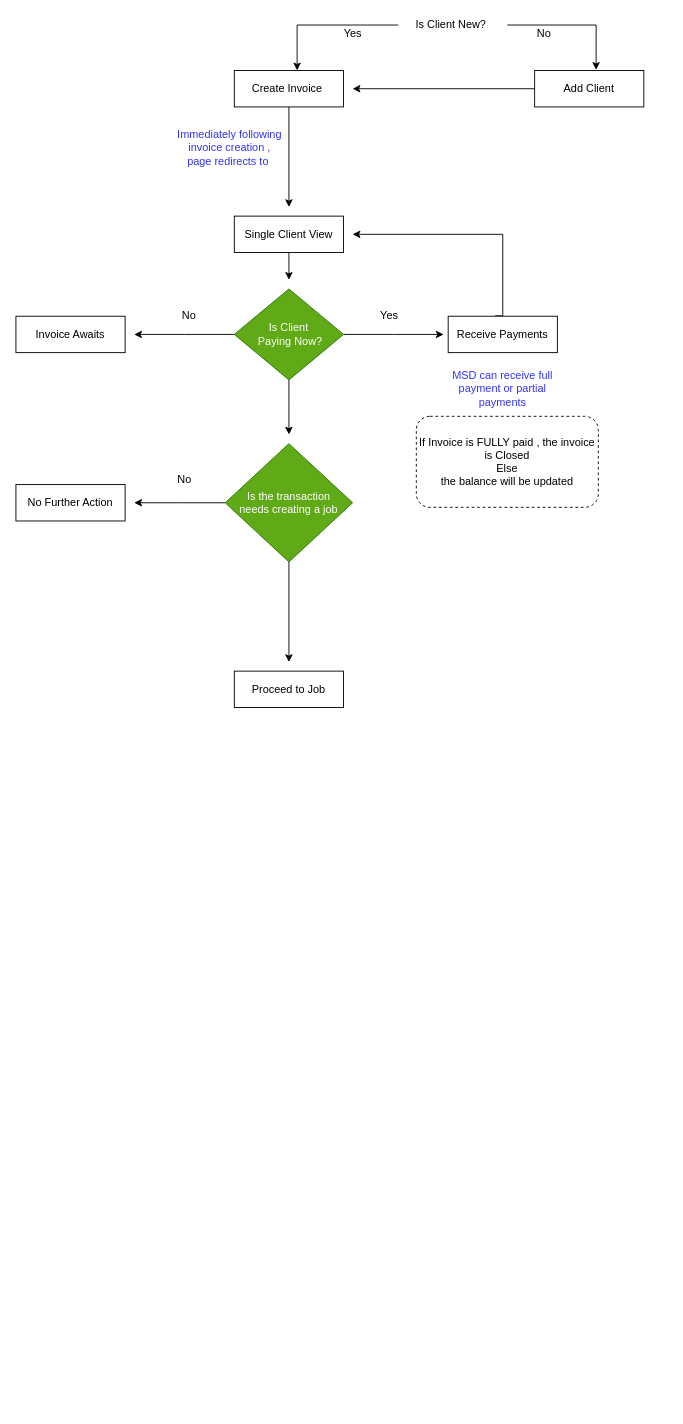
Above: invoice-flow.drawio in Sanjaya77/flow-charts (draw.io), before the change. Source tidied: cells renumbered, new cells numbered last; positions are measured from the earlier drawing's top-left corner, leaving out a move shared by most shapes. Both pictures are drawn from the tidied source at 91%, with x=0, y=0 at pixel (15, 15).
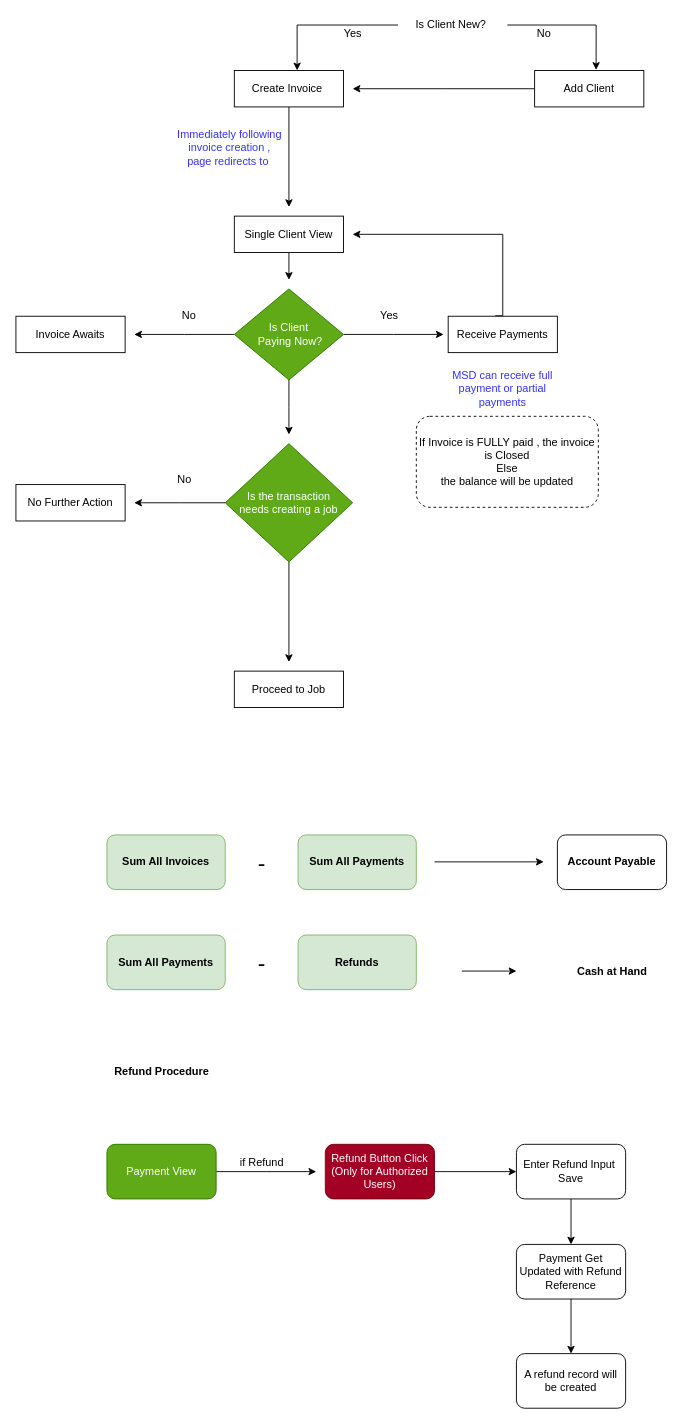
The same page after the edit.

Diff of the diagram source:
```diff
@@
+    <mxCell id="31" value="&lt;b&gt;&lt;font style=&quot;font-size: 12px&quot;&gt;Sum All Invoices&lt;/font&gt;&lt;/b&gt;" style="rounded=1;whiteSpace=wrap;html=1;fillColor=#d5e8d4;strokeColor=#82b366;" parent="1" vertex="1">
+      <mxGeometry x="100" y="900" width="130" height="60" as="geometry" />
+    </mxCell>
+    <mxCell id="32" value="Account Payable" style="rounded=1;whiteSpace=wrap;html=1;fontStyle=1;" parent="1" vertex="1">
+      <mxGeometry x="595" y="900" width="120" height="60" as="geometry" />
+    </mxCell>
+    <mxCell id="33" value="&lt;font style=&quot;font-size: 25px&quot;&gt;-&lt;/font&gt;" style="text;html=1;align=center;verticalAlign=middle;" parent="1" vertex="1">
+      <mxGeometry x="260" y="920" width="20" height="20" as="geometry" />
+    </mxCell>
+    <mxCell id="34" style="edgeStyle=orthogonalEdgeStyle;rounded=0;orthogonalLoop=1;jettySize=auto;html=1;" parent="1" edge="1">
+      <mxGeometry relative="1" as="geometry">
+        <mxPoint x="460" y="929.6" as="sourcePoint" />
+        <mxPoint x="580" y="929.6" as="targetPoint" />
+      </mxGeometry>
+    </mxCell>
+    <mxCell id="35" value="&lt;b&gt;&lt;font style=&quot;font-size: 12px&quot;&gt;Sum All Payments&lt;/font&gt;&lt;/b&gt;" style="rounded=1;whiteSpace=wrap;html=1;fillColor=#d5e8d4;strokeColor=#82b366;" parent="1" vertex="1">
+      <mxGeometry x="310" y="900" width="130" height="60" as="geometry" />
+    </mxCell>
+    <mxCell id="36" style="edgeStyle=orthogonalEdgeStyle;rounded=0;orthogonalLoop=1;jettySize=auto;html=1;" parent="1" edge="1">
+      <mxGeometry relative="1" as="geometry">
+        <mxPoint x="490" y="1049.6" as="sourcePoint" />
+        <mxPoint x="550" y="1049.6" as="targetPoint" />
+      </mxGeometry>
+    </mxCell>
+    <mxCell id="37" value="&lt;b&gt;&lt;font style=&quot;font-size: 12px&quot;&gt;Sum All Payments&lt;/font&gt;&lt;/b&gt;" style="rounded=1;whiteSpace=wrap;html=1;fillColor=#d5e8d4;strokeColor=#82b366;" parent="1" vertex="1">
+      <mxGeometry x="100" y="1010" width="130" height="60" as="geometry" />
+    </mxCell>
+    <mxCell id="38" value="Cash at Hand" style="text;html=1;align=center;verticalAlign=middle;fontStyle=1;" parent="1" vertex="1">
+      <mxGeometry x="610" y="1040" width="90" height="20" as="geometry" />
+    </mxCell>
+    <mxCell id="39" value="&lt;font style=&quot;font-size: 25px&quot;&gt;-&lt;/font&gt;" style="text;html=1;align=center;verticalAlign=middle;" parent="1" vertex="1">
+      <mxGeometry x="260" y="1030" width="20" height="20" as="geometry" />
+    </mxCell>
+    <mxCell id="40" value="&lt;b&gt;Refunds&lt;/b&gt;" style="rounded=1;whiteSpace=wrap;html=1;fillColor=#d5e8d4;strokeColor=#82b366;" parent="1" vertex="1">
+      <mxGeometry x="310" y="1010" width="130" height="60" as="geometry" />
+    </mxCell>
+    <mxCell id="41" style="edgeStyle=orthogonalEdgeStyle;rounded=0;jettySize=auto;html=1;" parent="1" edge="1" source="42">
+      <mxGeometry relative="1" as="geometry">
+        <mxPoint x="330" y="1270" as="targetPoint" />
+      </mxGeometry>
+    </mxCell>
+    <mxCell id="42" value="Payment View" style="rounded=1;whiteSpace=wrap;html=1;fillColor=#60a917;strokeColor=#2D7600;fontColor=#ffffff;" parent="1" vertex="1">
+      <mxGeometry x="100" y="1240" width="120" height="60" as="geometry" />
+    </mxCell>
+    <mxCell id="43" value="&lt;b&gt;Refund Procedure&lt;/b&gt;" style="text;html=1;align=center;verticalAlign=middle;" parent="1" vertex="1">
+      <mxGeometry x="100" y="1150" width="120" height="20" as="geometry" />
+    </mxCell>
+    <mxCell id="44" value="if Refund" style="text;html=1;align=center;verticalAlign=middle;" parent="1" vertex="1">
+      <mxGeometry x="240" y="1250" width="60" height="20" as="geometry" />
+    </mxCell>
+    <mxCell id="45" style="edgeStyle=orthogonalEdgeStyle;rounded=0;jettySize=auto;html=1;entryX=0;entryY=0.5;entryDx=0;entryDy=0;" parent="1" edge="1" source="46" target="48">
+      <mxGeometry relative="1" as="geometry" />
+    </mxCell>
+    <mxCell id="46" value="Refund Button Click&lt;br&gt;(Only for Authorized Users)" style="rounded=1;whiteSpace=wrap;html=1;fillColor=#a20025;strokeColor=#6F0000;fontColor=#ffffff;" parent="1" vertex="1">
+      <mxGeometry x="340" y="1240" width="120" height="60" as="geometry" />
+    </mxCell>
+    <mxCell id="47" style="edgeStyle=orthogonalEdgeStyle;rounded=0;jettySize=auto;html=1;entryX=0.5;entryY=0;entryDx=0;entryDy=0;" parent="1" edge="1" source="48" target="50">
+      <mxGeometry relative="1" as="geometry" />
+    </mxCell>
+    <mxCell id="48" value="Enter Refund Input&amp;nbsp;&lt;br&gt;Save" style="rounded=1;whiteSpace=wrap;html=1;" parent="1" vertex="1">
+      <mxGeometry x="550" y="1240" width="120" height="60" as="geometry" />
+    </mxCell>
+    <mxCell id="49" style="edgeStyle=orthogonalEdgeStyle;rounded=0;jettySize=auto;html=1;entryX=0.5;entryY=0;entryDx=0;entryDy=0;" parent="1" edge="1" source="50" target="51">
+      <mxGeometry relative="1" as="geometry" />
+    </mxCell>
+    <mxCell id="50" value="Payment Get Updated with Refund Reference" style="rounded=1;whiteSpace=wrap;html=1;" parent="1" vertex="1">
+      <mxGeometry x="550" y="1350" width="120" height="60" as="geometry" />
+    </mxCell>
+    <mxCell id="51" value="A refund record will be created" style="rounded=1;whiteSpace=wrap;html=1;" parent="1" vertex="1">
+      <mxGeometry x="550" y="1470" width="120" height="60" as="geometry" />
+    </mxCell>
```
